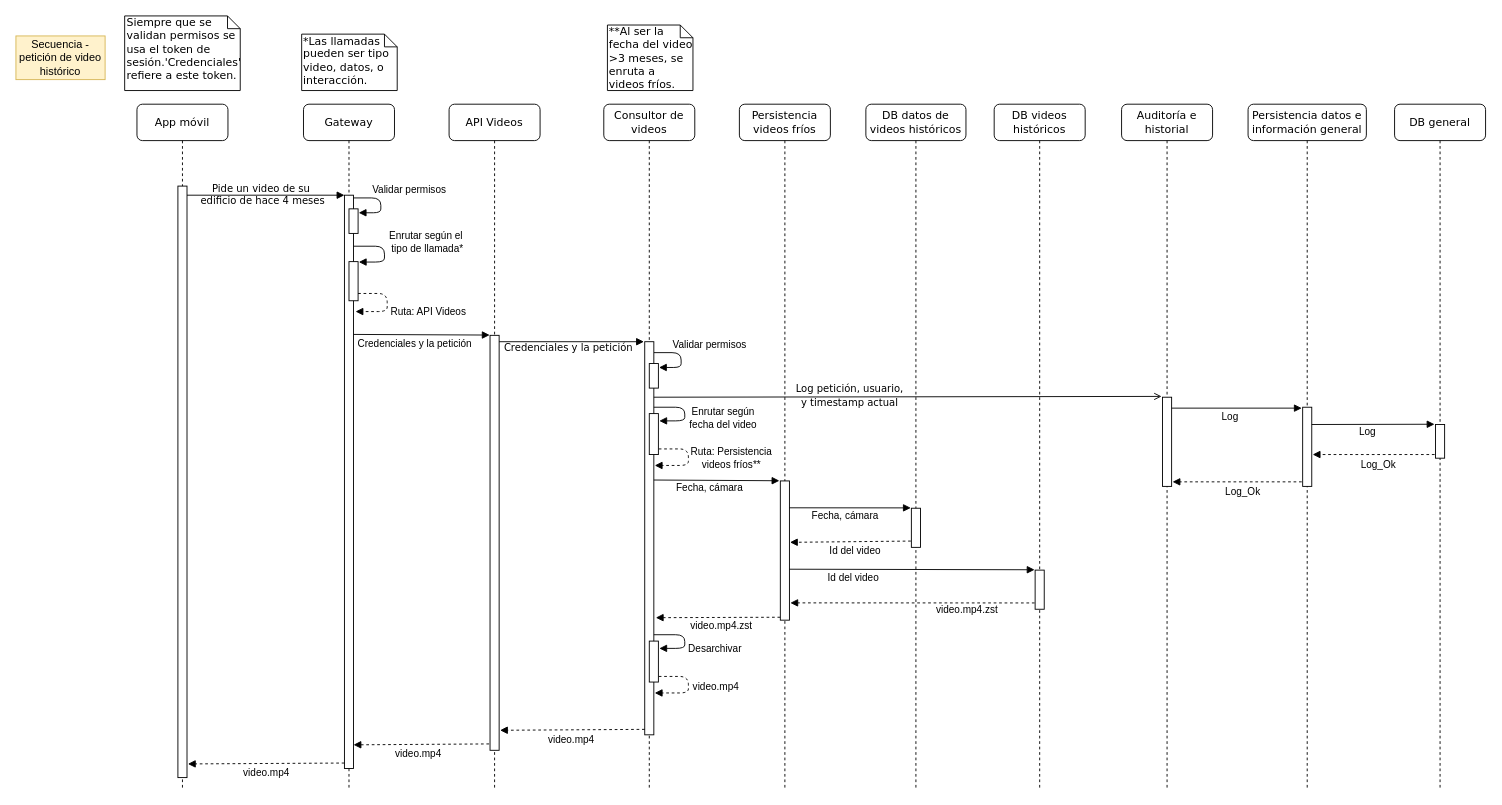
This is Documentación de la arquitectura/Diagramas/Editables-drawio/Diagrama-de-secuencia-video-historico.drawio from LIMoreno04/Caso-de-estudio---WolfSys---Arquitectura, a draw.io file, before an edit. Source tidied: cells renumbered, new cells numbered last; positions are measured from the earlier drawing's top-left corner, leaving out a move shared by most shapes. Both pictures are drawn from the tidied source at 91%, with x=0, y=0 at pixel (15, 15).
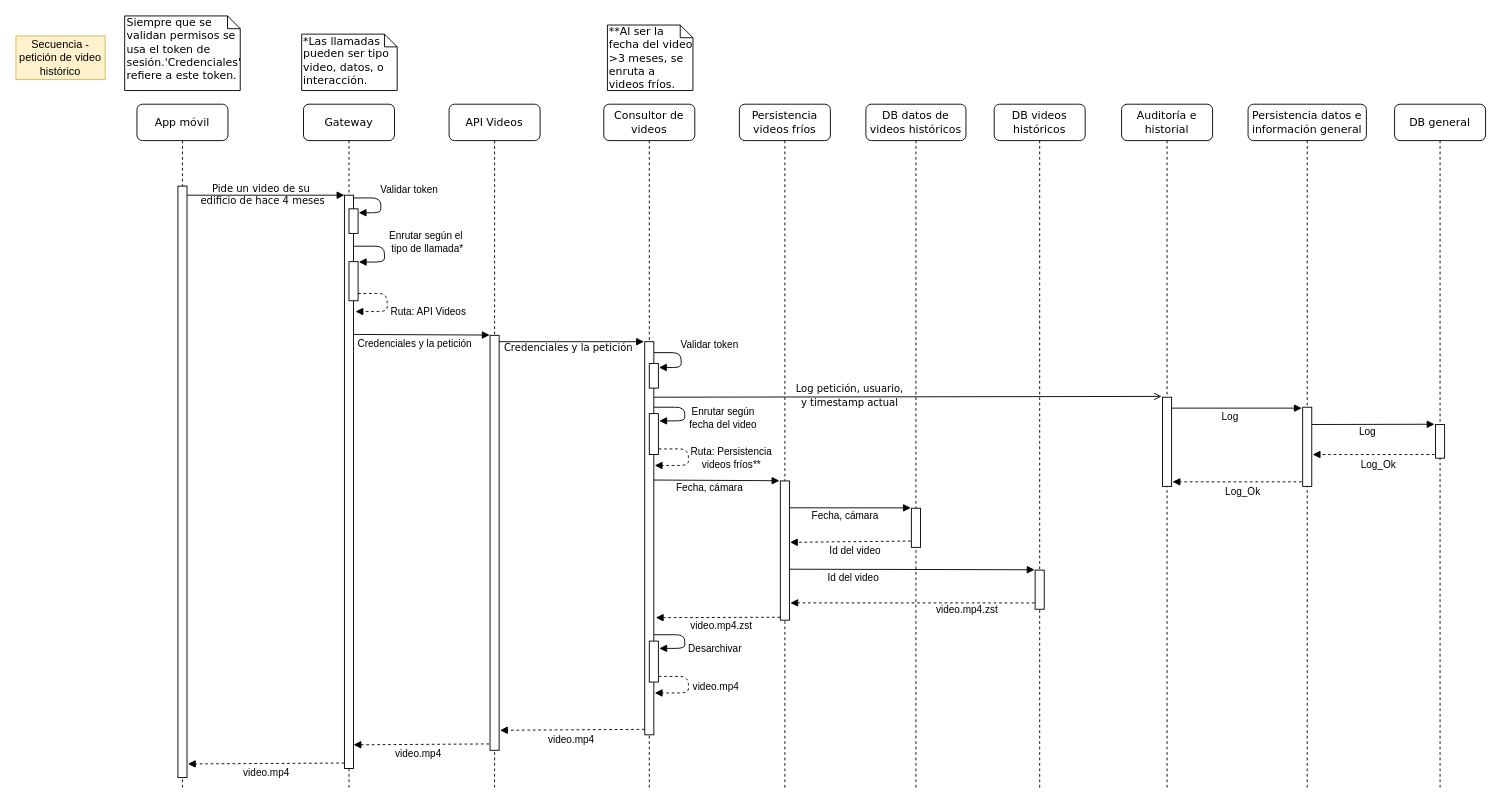
The same diagram, later.

Unchanged cells that the change refers to:
```xml
<mxCell id="36" style="html=1;verticalAlign=bottom;endArrow=block;labelBackgroundColor=none;fontFamily=Verdana;fontSize=12;edgeStyle=elbowEdgeStyle;elbow=horizontal;entryX=1.067;entryY=0.16;entryDx=0;entryDy=0;entryPerimeter=0;" parent="1" edge="1" target="35">
  <mxGeometry x="-0.04" y="-17" relative="1" as="geometry">
    <mxPoint x="371" y="200" as="sourcePoint" />
    <Array as="points">
      <mxPoint x="401" y="210" />
    </Array>
  </mxGeometry>
</mxCell>
<mxCell id="40" style="html=1;verticalAlign=bottom;endArrow=block;labelBackgroundColor=none;fontFamily=Verdana;fontSize=12;edgeStyle=elbowEdgeStyle;elbow=horizontal;entryX=1.067;entryY=0.16;entryDx=0;entryDy=0;entryPerimeter=0;" parent="1" edge="1" target="43">
  <mxGeometry x="-0.04" y="-17" relative="1" as="geometry">
    <mxPoint x="701" y="370" as="sourcePoint" />
    <Array as="points">
      <mxPoint x="731" y="380" />
    </Array>
  </mxGeometry>
</mxCell>
```

Change to the diagram source:
```diff
@@
-    <mxCell id="37" value="Validar permisos" style="edgeLabel;html=1;align=center;verticalAlign=middle;" parent="36" vertex="1">
+    <mxCell id="37" value="Validar token" style="edgeLabel;html=1;align=center;verticalAlign=middle;" parent="36" vertex="1">
       <mxGeometry x="-0.27" relative="1" as="geometry">
         <mxPoint x="34" y="-10" as="offset" />
       </mxGeometry>
     </mxCell>
@@
-    <mxCell id="41" value="Validar permisos" style="edgeLabel;html=1;align=center;verticalAlign=middle;" parent="40" vertex="1">
+    <mxCell id="41" value="Validar token" style="edgeLabel;html=1;align=center;verticalAlign=middle;" parent="40" vertex="1">
       <mxGeometry x="-0.27" relative="1" as="geometry">
         <mxPoint x="34" y="-10" as="offset" />
       </mxGeometry>
     </mxCell>
```
